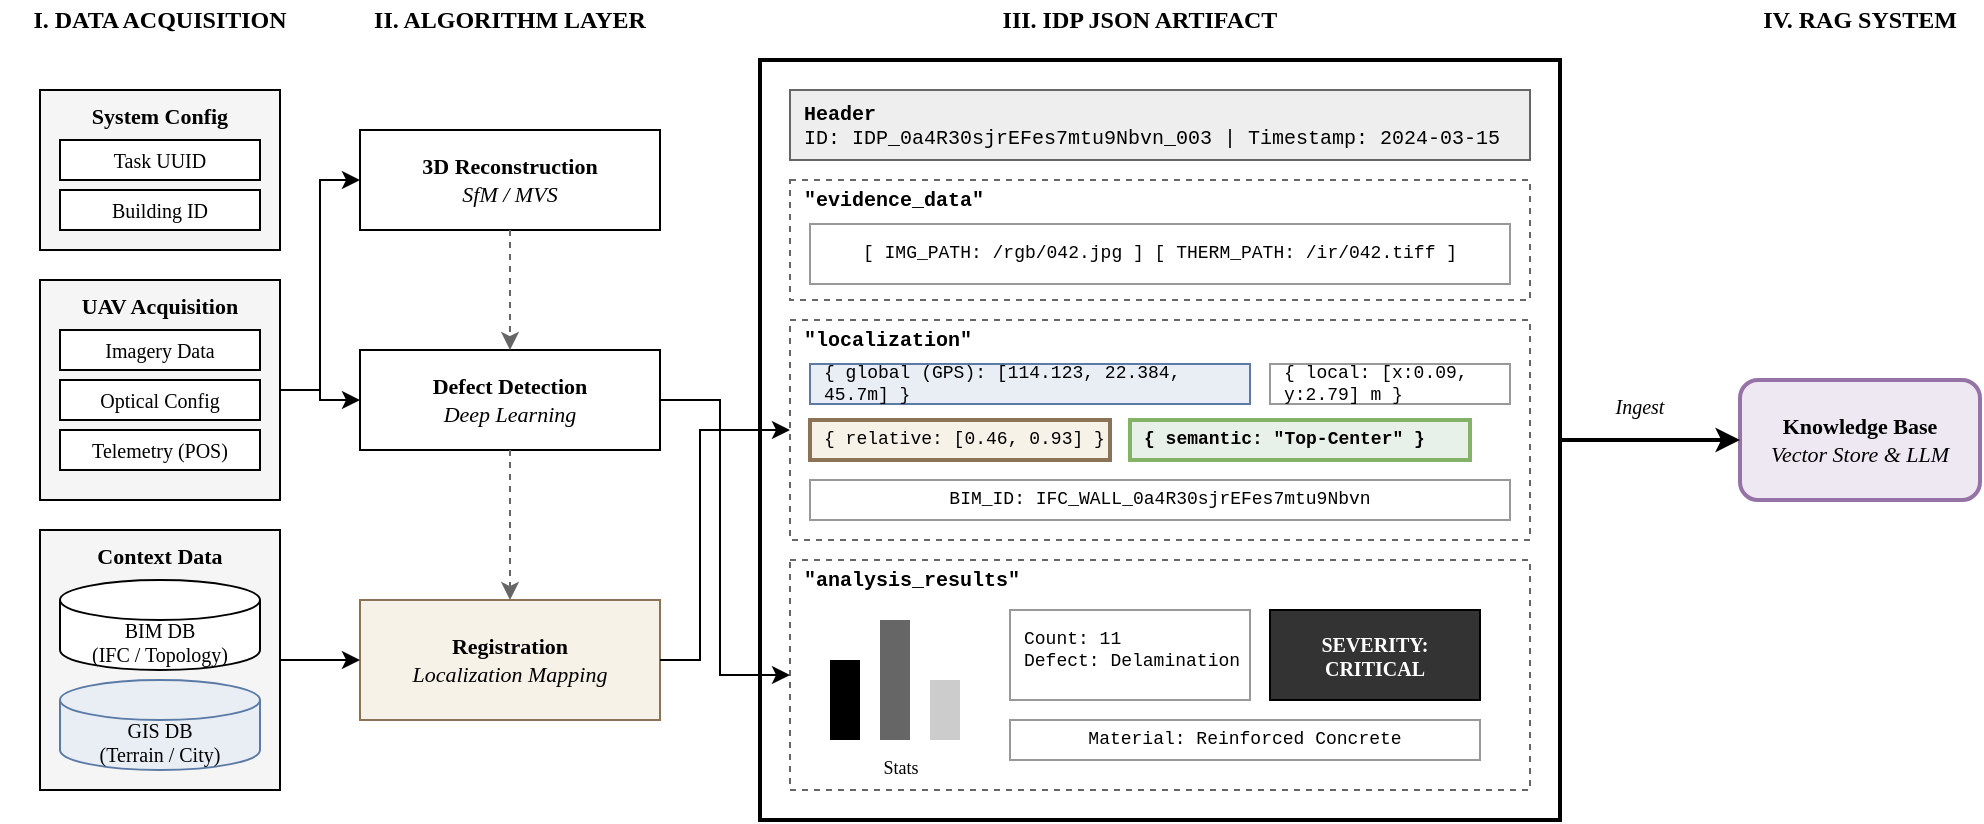
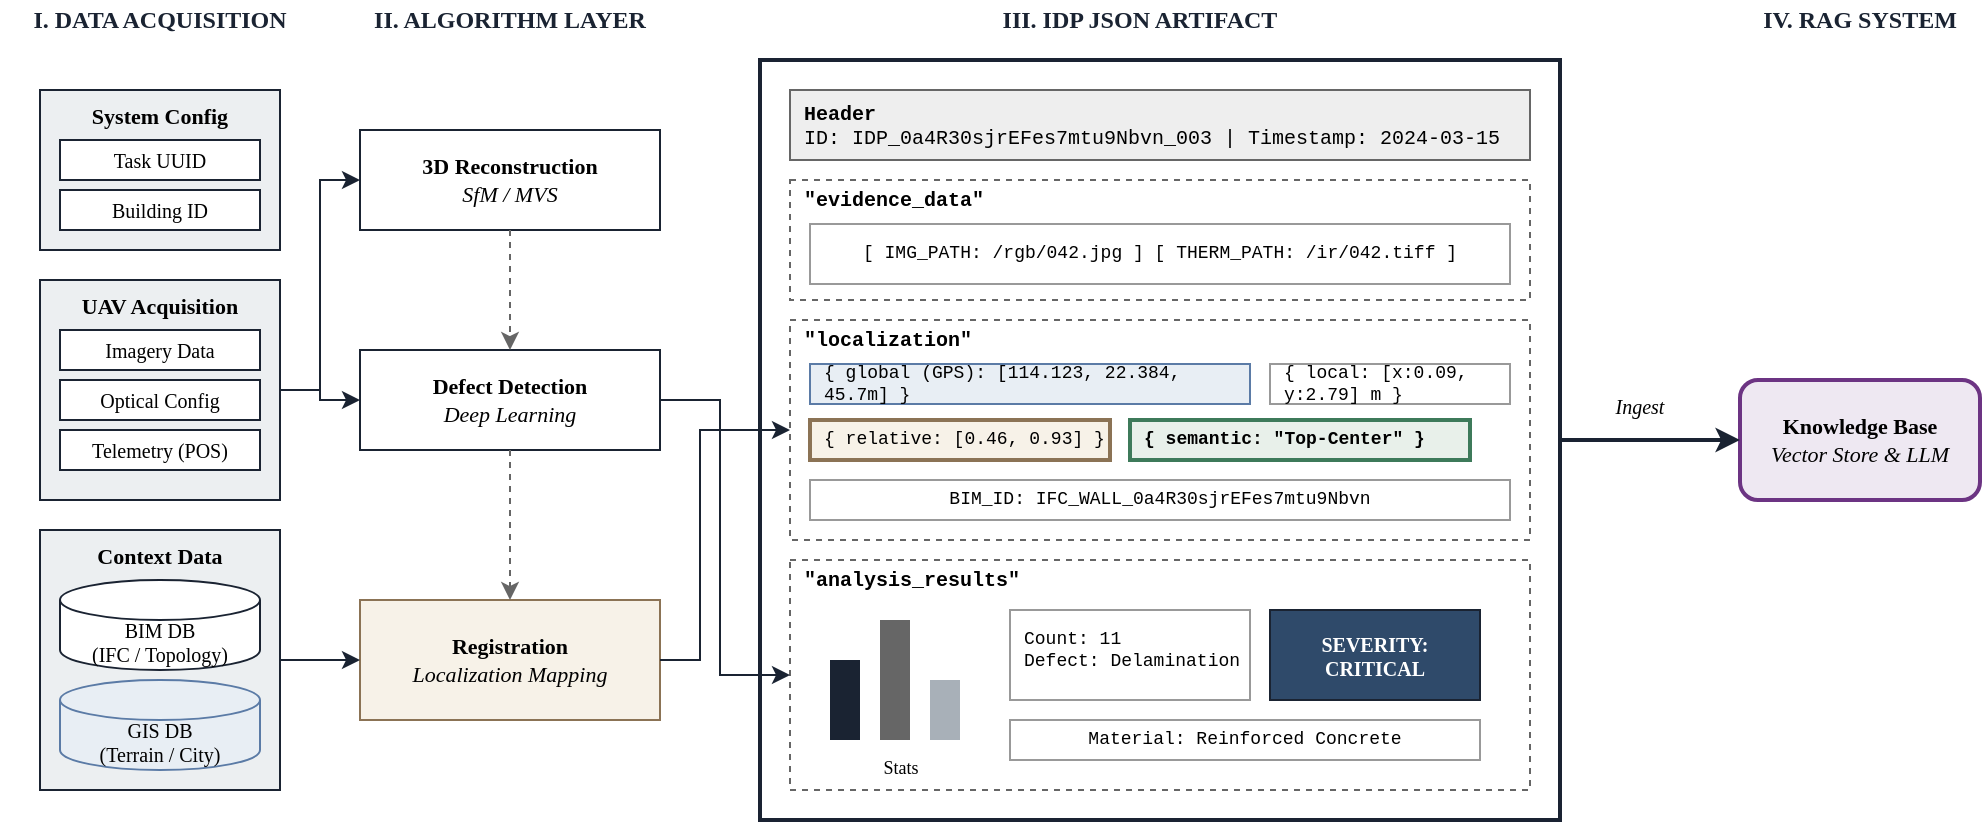
<mxfile host="Electron" agent="Mozilla/5.0 (Macintosh; Intel Mac OS X 10_15_7) AppleWebKit/537.36 (KHTML, like Gecko) draw.io/29.2.9 Chrome/140.0.7339.249 Electron/38.7.2 Safari/537.36" version="29.2.9">
  <diagram id="IDP_Framework" name="IDP Construction Pipeline">
    <mxGraphModel dx="1257" dy="702" grid="1" gridSize="10" guides="1" tooltips="1" connect="1" arrows="1" fold="1" page="1" pageScale="1" pageWidth="1600" pageHeight="900" math="0" shadow="0">
      <root>
        <mxCell id="0" />
        <mxCell id="1" parent="0" />
-         <mxCell id="sec1_title" parent="1" style="text;html=1;strokeColor=none;fillColor=none;align=center;verticalAlign=middle;whiteSpace=wrap;rounded=0;fontStyle=1;fontSize=12;fontFamily=Times New Roman;fontColor=#000000;" value="I. DATA ACQUISITION" vertex="1">
+         <mxCell id="sec1_title" parent="1" style="text;html=1;strokeColor=none;fillColor=none;align=center;verticalAlign=middle;whiteSpace=wrap;rounded=0;fontStyle=1;fontSize=12;fontFamily=Times New Roman;fontColor=#1A2332;" value="I. DATA ACQUISITION" vertex="1">
          <mxGeometry height="20" width="160" x="20" y="30" as="geometry" />
        </mxCell>
-         <mxCell id="sys_config" parent="1" style="rounded=0;whiteSpace=wrap;html=1;fillColor=#f5f5f5;strokeColor=#000000;strokeWidth=1;verticalAlign=top;fontFamily=Times New Roman;fontSize=11;fontStyle=1" value="System Config" vertex="1">
+         <mxCell id="sys_config" parent="1" style="rounded=0;whiteSpace=wrap;html=1;fillColor=#ECEFF1;strokeColor=#1A2332;strokeWidth=1;verticalAlign=top;fontFamily=Times New Roman;fontSize=11;fontStyle=1" value="System Config" vertex="1">
          <mxGeometry height="80" width="120" x="40" y="75" as="geometry" />
        </mxCell>
-         <mxCell id="task_uuid" parent="1" style="rounded=0;whiteSpace=wrap;html=1;fillColor=#ffffff;strokeColor=#000000;fontSize=10;fontFamily=Times New Roman;" value="Task UUID" vertex="1">
+         <mxCell id="task_uuid" parent="1" style="rounded=0;whiteSpace=wrap;html=1;fillColor=#ffffff;strokeColor=#1A2332;fontSize=10;fontFamily=Times New Roman;" value="Task UUID" vertex="1">
          <mxGeometry height="20" width="100" x="50" y="100" as="geometry" />
        </mxCell>
-         <mxCell id="building_id" parent="1" style="rounded=0;whiteSpace=wrap;html=1;fillColor=#ffffff;strokeColor=#000000;fontSize=10;fontFamily=Times New Roman;" value="Building ID" vertex="1">
+         <mxCell id="building_id" parent="1" style="rounded=0;whiteSpace=wrap;html=1;fillColor=#ffffff;strokeColor=#1A2332;fontSize=10;fontFamily=Times New Roman;" value="Building ID" vertex="1">
          <mxGeometry height="20" width="100" x="50" y="125" as="geometry" />
        </mxCell>
-         <mxCell id="uav_acq" parent="1" style="rounded=0;whiteSpace=wrap;html=1;fillColor=#f5f5f5;strokeColor=#000000;strokeWidth=1;verticalAlign=top;fontFamily=Times New Roman;fontSize=11;fontStyle=1" value="UAV Acquisition" vertex="1">
+         <mxCell id="uav_acq" parent="1" style="rounded=0;whiteSpace=wrap;html=1;fillColor=#ECEFF1;strokeColor=#1A2332;strokeWidth=1;verticalAlign=top;fontFamily=Times New Roman;fontSize=11;fontStyle=1" value="UAV Acquisition" vertex="1">
          <mxGeometry height="110" width="120" x="40" y="170" as="geometry" />
        </mxCell>
-         <mxCell id="imagery" parent="1" style="rounded=0;whiteSpace=wrap;html=1;fillColor=#ffffff;strokeColor=#000000;fontSize=10;fontFamily=Times New Roman;" value="Imagery Data" vertex="1">
+         <mxCell id="imagery" parent="1" style="rounded=0;whiteSpace=wrap;html=1;fillColor=#ffffff;strokeColor=#1A2332;fontSize=10;fontFamily=Times New Roman;" value="Imagery Data" vertex="1">
          <mxGeometry height="20" width="100" x="50" y="195" as="geometry" />
        </mxCell>
-         <mxCell id="optical" parent="1" style="rounded=0;whiteSpace=wrap;html=1;fillColor=#ffffff;strokeColor=#000000;fontSize=10;fontFamily=Times New Roman;" value="Optical Config" vertex="1">
+         <mxCell id="optical" parent="1" style="rounded=0;whiteSpace=wrap;html=1;fillColor=#ffffff;strokeColor=#1A2332;fontSize=10;fontFamily=Times New Roman;" value="Optical Config" vertex="1">
          <mxGeometry height="20" width="100" x="50" y="220" as="geometry" />
        </mxCell>
-         <mxCell id="telemetry" parent="1" style="rounded=0;whiteSpace=wrap;html=1;fillColor=#ffffff;strokeColor=#000000;fontSize=10;fontFamily=Times New Roman;" value="Telemetry (POS)" vertex="1">
+         <mxCell id="telemetry" parent="1" style="rounded=0;whiteSpace=wrap;html=1;fillColor=#ffffff;strokeColor=#1A2332;fontSize=10;fontFamily=Times New Roman;" value="Telemetry (POS)" vertex="1">
          <mxGeometry height="20" width="100" x="50" y="245" as="geometry" />
        </mxCell>
-         <mxCell id="context_data" parent="1" style="rounded=0;whiteSpace=wrap;html=1;fillColor=#f5f5f5;strokeColor=#000000;strokeWidth=1;verticalAlign=top;fontFamily=Times New Roman;fontSize=11;fontStyle=1" value="Context Data" vertex="1">
+         <mxCell id="context_data" parent="1" style="rounded=0;whiteSpace=wrap;html=1;fillColor=#ECEFF1;strokeColor=#1A2332;strokeWidth=1;verticalAlign=top;fontFamily=Times New Roman;fontSize=11;fontStyle=1" value="Context Data" vertex="1">
          <mxGeometry height="130" width="120" x="40" y="295" as="geometry" />
        </mxCell>
-         <mxCell id="bim_db" parent="1" style="shape=cylinder3;whiteSpace=wrap;html=1;boundedLbl=1;backgroundOutline=1;size=10;fillColor=#ffffff;strokeColor=#000000;strokeWidth=1;fontFamily=Times New Roman;fontSize=10;verticalAlign=middle;" value="BIM DB&#xa;(IFC / Topology)" vertex="1">
+         <mxCell id="bim_db" parent="1" style="shape=cylinder3;whiteSpace=wrap;html=1;boundedLbl=1;backgroundOutline=1;size=10;fillColor=#ffffff;strokeColor=#1A2332;strokeWidth=1;fontFamily=Times New Roman;fontSize=10;verticalAlign=middle;" value="BIM DB&#xa;(IFC / Topology)" vertex="1">
          <mxGeometry height="45" width="100" x="50" y="320" as="geometry" />
        </mxCell>
        <mxCell id="gis_db" parent="1" style="shape=cylinder3;whiteSpace=wrap;html=1;boundedLbl=1;backgroundOutline=1;size=10;fillColor=#E8EEF4;strokeColor=#5B7BA6;strokeWidth=1;fontFamily=Times New Roman;fontSize=10;verticalAlign=middle;" value="GIS DB&#xa;(Terrain / City)" vertex="1">
          <mxGeometry height="45" width="100" x="50" y="370" as="geometry" />
        </mxCell>
-         <mxCell id="sec2_title" parent="1" style="text;html=1;strokeColor=none;fillColor=none;align=center;verticalAlign=middle;whiteSpace=wrap;rounded=0;fontStyle=1;fontSize=12;fontFamily=Times New Roman;fontColor=#000000;" value="II. ALGORITHM LAYER" vertex="1">
+         <mxCell id="sec2_title" parent="1" style="text;html=1;strokeColor=none;fillColor=none;align=center;verticalAlign=middle;whiteSpace=wrap;rounded=0;fontStyle=1;fontSize=12;fontFamily=Times New Roman;fontColor=#1A2332;" value="II. ALGORITHM LAYER" vertex="1">
          <mxGeometry height="20" width="160" x="195" y="30" as="geometry" />
        </mxCell>
-         <mxCell id="recon_3d" parent="1" style="rounded=0;whiteSpace=wrap;html=1;fillColor=#ffffff;strokeColor=#000000;strokeWidth=1;fontFamily=Times New Roman;fontSize=11;" value="&lt;b&gt;3D Reconstruction&lt;/b&gt;&#xa;&lt;i&gt;SfM / MVS&lt;/i&gt;" vertex="1">
+         <mxCell id="recon_3d" parent="1" style="rounded=0;whiteSpace=wrap;html=1;fillColor=#ffffff;strokeColor=#1A2332;strokeWidth=1;fontFamily=Times New Roman;fontSize=11;" value="&lt;b&gt;3D Reconstruction&lt;/b&gt;&#xa;&lt;i&gt;SfM / MVS&lt;/i&gt;" vertex="1">
          <mxGeometry height="50" width="150" x="200" y="95" as="geometry" />
        </mxCell>
-         <mxCell id="defect_det" parent="1" style="rounded=0;whiteSpace=wrap;html=1;fillColor=#ffffff;strokeColor=#000000;strokeWidth=1;fontFamily=Times New Roman;fontSize=11;" value="&lt;b&gt;Defect Detection&lt;/b&gt;&#xa;&lt;i&gt;Deep Learning&lt;/i&gt;" vertex="1">
+         <mxCell id="defect_det" parent="1" style="rounded=0;whiteSpace=wrap;html=1;fillColor=#ffffff;strokeColor=#1A2332;strokeWidth=1;fontFamily=Times New Roman;fontSize=11;" value="&lt;b&gt;Defect Detection&lt;/b&gt;&#xa;&lt;i&gt;Deep Learning&lt;/i&gt;" vertex="1">
          <mxGeometry height="50" width="150" x="200" y="205" as="geometry" />
        </mxCell>
        <mxCell id="registration" parent="1" style="rounded=0;whiteSpace=wrap;html=1;fillColor=#F7F2E8;strokeColor=#8B7355;strokeWidth=1;fontFamily=Times New Roman;fontSize=11;" value="&lt;b&gt;Registration&lt;/b&gt;&#xa;&lt;i&gt;Localization Mapping&lt;/i&gt;" vertex="1">
          <mxGeometry height="60" width="150" x="200" y="330" as="geometry" />
        </mxCell>
-         <mxCell id="sec3_title" parent="1" style="text;html=1;strokeColor=none;fillColor=none;align=center;verticalAlign=middle;whiteSpace=wrap;rounded=0;fontStyle=1;fontSize=12;fontFamily=Times New Roman;fontColor=#000000;" value="III. IDP JSON ARTIFACT" vertex="1">
+         <mxCell id="sec3_title" parent="1" style="text;html=1;strokeColor=none;fillColor=none;align=center;verticalAlign=middle;whiteSpace=wrap;rounded=0;fontStyle=1;fontSize=12;fontFamily=Times New Roman;fontColor=#1A2332;" value="III. IDP JSON ARTIFACT" vertex="1">
          <mxGeometry height="20" width="200" x="490" y="30" as="geometry" />
        </mxCell>
-         <mxCell id="idp_container" parent="1" style="rounded=0;whiteSpace=wrap;html=1;fillColor=#ffffff;strokeColor=#000000;strokeWidth=2;" value="" vertex="1">
+         <mxCell id="idp_container" parent="1" style="rounded=0;whiteSpace=wrap;html=1;fillColor=#ffffff;strokeColor=#1A2332;strokeWidth=2;" value="" vertex="1">
          <mxGeometry height="380" width="400" x="400" y="60" as="geometry" />
        </mxCell>
        <mxCell id="idp_header" parent="1" style="rounded=0;whiteSpace=wrap;html=1;fillColor=#eeeeee;strokeColor=#666666;fontFamily=Courier New;fontSize=10;align=left;spacingLeft=5;" value="&lt;b&gt;Header&lt;/b&gt;&#xa;ID: IDP_0a4R30sjrEFes7mtu9Nbvn_003 | Timestamp: 2024-03-15" vertex="1">
          <mxGeometry height="35" width="370" x="415" y="75" as="geometry" />
        </mxCell>
        <mxCell id="evidence_section" parent="1" style="rounded=0;whiteSpace=wrap;html=1;fillColor=none;strokeColor=#666666;dashed=1;" value="" vertex="1">
          <mxGeometry height="60" width="370" x="415" y="120" as="geometry" />
        </mxCell>
        <mxCell id="evidence_label" parent="1" style="text;html=1;strokeColor=none;fillColor=none;align=left;verticalAlign=middle;whiteSpace=wrap;rounded=0;fontFamily=Courier New;fontSize=10;fontStyle=1" value="&quot;evidence_data&quot;" vertex="1">
          <mxGeometry height="15" width="100" x="420" y="122" as="geometry" />
        </mxCell>
        <mxCell id="evidence_content" parent="1" style="rounded=0;whiteSpace=wrap;html=1;fillColor=#ffffff;strokeColor=#999999;fontFamily=Courier New;fontSize=9;align=center;" value="[ IMG_PATH: /rgb/042.jpg ]   [ THERM_PATH: /ir/042.tiff ]" vertex="1">
          <mxGeometry height="30" width="350" x="425" y="142" as="geometry" />
        </mxCell>
        <mxCell id="loc_section" parent="1" style="rounded=0;whiteSpace=wrap;html=1;fillColor=none;strokeColor=#666666;dashed=1;" value="" vertex="1">
          <mxGeometry height="110" width="370" x="415" y="190" as="geometry" />
        </mxCell>
        <mxCell id="loc_label" parent="1" style="text;html=1;strokeColor=none;fillColor=none;align=left;verticalAlign=middle;whiteSpace=wrap;rounded=0;fontFamily=Courier New;fontSize=10;fontStyle=1" value="&quot;localization&quot;" vertex="1">
          <mxGeometry height="15" width="100" x="420" y="192" as="geometry" />
        </mxCell>
        <mxCell id="loc_global" parent="1" style="rounded=0;whiteSpace=wrap;html=1;fillColor=#E8EEF4;strokeColor=#5B7BA6;fontFamily=Courier New;fontSize=9;align=left;spacingLeft=5;" value="{ global (GPS): [114.123, 22.384, 45.7m] }" vertex="1">
          <mxGeometry height="20" width="220" x="425" y="212" as="geometry" />
        </mxCell>
        <mxCell id="loc_local" parent="1" style="rounded=0;whiteSpace=wrap;html=1;fillColor=#ffffff;strokeColor=#999999;fontFamily=Courier New;fontSize=9;align=left;spacingLeft=5;" value="{ local: [x:0.09, y:2.79] m }" vertex="1">
          <mxGeometry height="20" width="120" x="655" y="212" as="geometry" />
        </mxCell>
        <mxCell id="loc_relative" parent="1" style="rounded=0;whiteSpace=wrap;html=1;fillColor=#F7F2E8;strokeColor=#8B7355;fontFamily=Courier New;fontSize=9;align=left;spacingLeft=5;strokeWidth=2;" value="{ relative: [0.46, 0.93] }" vertex="1">
          <mxGeometry height="20" width="150" x="425" y="240" as="geometry" />
        </mxCell>
-         <mxCell id="loc_semantic" parent="1" style="rounded=0;whiteSpace=wrap;html=1;fillColor=#E8F0EA;strokeColor=#82b366;fontFamily=Courier New;fontSize=9;align=left;spacingLeft=5;fontStyle=1;strokeWidth=2;" value="{ semantic: &quot;Top-Center&quot; }" vertex="1">
+         <mxCell id="loc_semantic" parent="1" style="rounded=0;whiteSpace=wrap;html=1;fillColor=#E8F0EA;strokeColor=#3D7A5A;fontFamily=Courier New;fontSize=9;align=left;spacingLeft=5;fontStyle=1;strokeWidth=2;" value="{ semantic: &quot;Top-Center&quot; }" vertex="1">
          <mxGeometry height="20" width="170" x="585" y="240" as="geometry" />
        </mxCell>
        <mxCell id="loc_bim" parent="1" style="rounded=0;whiteSpace=wrap;html=1;fillColor=#ffffff;strokeColor=#999999;fontFamily=Courier New;fontSize=9;align=center;" value="BIM_ID: IFC_WALL_0a4R30sjrEFes7mtu9Nbvn" vertex="1">
          <mxGeometry height="20" width="350" x="425" y="270" as="geometry" />
        </mxCell>
        <mxCell id="analysis_section" parent="1" style="rounded=0;whiteSpace=wrap;html=1;fillColor=none;strokeColor=#666666;dashed=1;" value="" vertex="1">
          <mxGeometry height="115" width="370" x="415" y="310" as="geometry" />
        </mxCell>
        <mxCell id="analysis_label" parent="1" style="text;html=1;strokeColor=none;fillColor=none;align=left;verticalAlign=middle;whiteSpace=wrap;rounded=0;fontFamily=Courier New;fontSize=10;fontStyle=1" value="&quot;analysis_results&quot;" vertex="1">
          <mxGeometry height="15" width="120" x="420" y="312" as="geometry" />
        </mxCell>
-         <mxCell id="bar1" parent="1" style="rounded=0;whiteSpace=wrap;html=1;fillColor=#000000;strokeColor=none;" value="" vertex="1">
+         <mxCell id="bar1" parent="1" style="rounded=0;whiteSpace=wrap;html=1;fillColor=#1A2332;strokeColor=none;" value="" vertex="1">
          <mxGeometry height="40" width="15" x="435" y="360" as="geometry" />
        </mxCell>
        <mxCell id="bar2" parent="1" style="rounded=0;whiteSpace=wrap;html=1;fillColor=#666666;strokeColor=none;" value="" vertex="1">
          <mxGeometry height="60" width="15" x="460" y="340" as="geometry" />
        </mxCell>
-         <mxCell id="bar3" parent="1" style="rounded=0;whiteSpace=wrap;html=1;fillColor=#cccccc;strokeColor=none;" value="" vertex="1">
+         <mxCell id="bar3" parent="1" style="rounded=0;whiteSpace=wrap;html=1;fillColor=#A8B0B8;strokeColor=none;" value="" vertex="1">
          <mxGeometry height="30" width="15" x="485" y="370" as="geometry" />
        </mxCell>
        <mxCell id="stats_label" parent="1" style="text;html=1;align=center;fontSize=9;fontFamily=Times New Roman;" value="Stats" vertex="1">
          <mxGeometry height="12" width="90" x="425" y="402" as="geometry" />
        </mxCell>
        <mxCell id="defect_info" parent="1" style="rounded=0;whiteSpace=wrap;html=1;fillColor=#ffffff;strokeColor=#999999;fontFamily=Courier New;fontSize=9;align=left;spacingLeft=5;verticalAlign=top;spacingTop=3;" value="Count: 11&#xa;Defect: Delamination" vertex="1">
          <mxGeometry height="45" width="120" x="525" y="335" as="geometry" />
        </mxCell>
-         <mxCell id="severity_box" parent="1" style="rounded=0;whiteSpace=wrap;html=1;fillColor=#333333;strokeColor=#000000;fontFamily=Times New Roman;fontSize=10;fontColor=#ffffff;fontStyle=1" value="SEVERITY:&#xa;CRITICAL" vertex="1">
+         <mxCell id="severity_box" parent="1" style="rounded=0;whiteSpace=wrap;html=1;fillColor=#2F4A6A;strokeColor=#1A2332;fontFamily=Times New Roman;fontSize=10;fontColor=#ffffff;fontStyle=1" value="SEVERITY:&#xa;CRITICAL" vertex="1">
          <mxGeometry height="45" width="105" x="655" y="335" as="geometry" />
        </mxCell>
        <mxCell id="material_box" parent="1" style="rounded=0;whiteSpace=wrap;html=1;fillColor=#ffffff;strokeColor=#999999;fontFamily=Courier New;fontSize=9;align=center;" value="Material: Reinforced Concrete" vertex="1">
          <mxGeometry height="20" width="235" x="525" y="390" as="geometry" />
        </mxCell>
-         <mxCell id="sec4_title" parent="1" style="text;html=1;strokeColor=none;fillColor=none;align=center;verticalAlign=middle;whiteSpace=wrap;rounded=0;fontStyle=1;fontSize=12;fontFamily=Times New Roman;fontColor=#000000;" value="IV. RAG SYSTEM" vertex="1">
+         <mxCell id="sec4_title" parent="1" style="text;html=1;strokeColor=none;fillColor=none;align=center;verticalAlign=middle;whiteSpace=wrap;rounded=0;fontStyle=1;fontSize=12;fontFamily=Times New Roman;fontColor=#1A2332;" value="IV. RAG SYSTEM" vertex="1">
          <mxGeometry height="20" width="120" x="890" y="30" as="geometry" />
        </mxCell>
-         <mxCell id="rag_box" parent="1" style="rounded=1;whiteSpace=wrap;html=1;fillColor=#EEE8F2;strokeColor=#9673a6;strokeWidth=2;fontFamily=Times New Roman;fontSize=11;" value="&lt;b&gt;Knowledge Base&lt;/b&gt;&#xa;&lt;i&gt;Vector Store &amp; LLM&lt;/i&gt;" vertex="1">
+         <mxCell id="rag_box" parent="1" style="rounded=1;whiteSpace=wrap;html=1;fillColor=#EEE8F2;strokeColor=#6C3483;strokeWidth=2;fontFamily=Times New Roman;fontSize=11;" value="&lt;b&gt;Knowledge Base&lt;/b&gt;&#xa;&lt;i&gt;Vector Store &amp; LLM&lt;/i&gt;" vertex="1">
          <mxGeometry height="60" width="120" x="890" y="220" as="geometry" />
        </mxCell>
-         <mxCell id="e1" edge="1" parent="1" source="uav_acq" style="edgeStyle=orthogonalEdgeStyle;rounded=0;orthogonalLoop=1;jettySize=auto;html=1;strokeColor=#000000;strokeWidth=1;exitX=1;exitY=0.5;exitDx=0;exitDy=0;entryX=0;entryY=0.5;entryDx=0;entryDy=0;" target="recon_3d">
+         <mxCell id="e1" edge="1" parent="1" source="uav_acq" style="edgeStyle=orthogonalEdgeStyle;rounded=0;orthogonalLoop=1;jettySize=auto;html=1;strokeColor=#1A2332;strokeWidth=1;exitX=1;exitY=0.5;exitDx=0;exitDy=0;entryX=0;entryY=0.5;entryDx=0;entryDy=0;" target="recon_3d">
          <mxGeometry relative="1" as="geometry">
            <Array as="points">
              <mxPoint x="180" y="225" />
              <mxPoint x="180" y="120" />
            </Array>
          </mxGeometry>
        </mxCell>
-         <mxCell id="e2" edge="1" parent="1" source="uav_acq" style="edgeStyle=orthogonalEdgeStyle;rounded=0;orthogonalLoop=1;jettySize=auto;html=1;strokeColor=#000000;strokeWidth=1;exitX=1;exitY=0.5;exitDx=0;exitDy=0;entryX=0;entryY=0.5;entryDx=0;entryDy=0;" target="defect_det">
+         <mxCell id="e2" edge="1" parent="1" source="uav_acq" style="edgeStyle=orthogonalEdgeStyle;rounded=0;orthogonalLoop=1;jettySize=auto;html=1;strokeColor=#1A2332;strokeWidth=1;exitX=1;exitY=0.5;exitDx=0;exitDy=0;entryX=0;entryY=0.5;entryDx=0;entryDy=0;" target="defect_det">
          <mxGeometry relative="1" as="geometry" />
        </mxCell>
-         <mxCell id="e3" edge="1" parent="1" source="context_data" style="edgeStyle=orthogonalEdgeStyle;rounded=0;orthogonalLoop=1;jettySize=auto;html=1;strokeColor=#000000;strokeWidth=1;exitX=1;exitY=0.5;exitDx=0;exitDy=0;entryX=0;entryY=0.5;entryDx=0;entryDy=0;" target="registration">
+         <mxCell id="e3" edge="1" parent="1" source="context_data" style="edgeStyle=orthogonalEdgeStyle;rounded=0;orthogonalLoop=1;jettySize=auto;html=1;strokeColor=#1A2332;strokeWidth=1;exitX=1;exitY=0.5;exitDx=0;exitDy=0;entryX=0;entryY=0.5;entryDx=0;entryDy=0;" target="registration">
          <mxGeometry relative="1" as="geometry" />
        </mxCell>
        <mxCell id="e4" edge="1" parent="1" source="recon_3d" style="edgeStyle=orthogonalEdgeStyle;rounded=0;orthogonalLoop=1;jettySize=auto;html=1;strokeColor=#666666;strokeWidth=1;dashed=1;exitX=0.5;exitY=1;exitDx=0;exitDy=0;entryX=0.5;entryY=0;entryDx=0;entryDy=0;" target="defect_det">
          <mxGeometry relative="1" as="geometry" />
        </mxCell>
        <mxCell id="e5" edge="1" parent="1" source="defect_det" style="edgeStyle=orthogonalEdgeStyle;rounded=0;orthogonalLoop=1;jettySize=auto;html=1;strokeColor=#666666;strokeWidth=1;dashed=1;exitX=0.5;exitY=1;exitDx=0;exitDy=0;entryX=0.5;entryY=0;entryDx=0;entryDy=0;" target="registration">
          <mxGeometry relative="1" as="geometry" />
        </mxCell>
-         <mxCell id="e6" edge="1" parent="1" source="registration" style="edgeStyle=orthogonalEdgeStyle;rounded=0;orthogonalLoop=1;jettySize=auto;html=1;strokeColor=#000000;strokeWidth=1;exitX=1;exitY=0.5;exitDx=0;exitDy=0;entryX=0;entryY=0.5;entryDx=0;entryDy=0;" target="loc_section">
+         <mxCell id="e6" edge="1" parent="1" source="registration" style="edgeStyle=orthogonalEdgeStyle;rounded=0;orthogonalLoop=1;jettySize=auto;html=1;strokeColor=#1A2332;strokeWidth=1;exitX=1;exitY=0.5;exitDx=0;exitDy=0;entryX=0;entryY=0.5;entryDx=0;entryDy=0;" target="loc_section">
          <mxGeometry relative="1" as="geometry">
            <Array as="points">
              <mxPoint x="370" y="360" />
              <mxPoint x="370" y="245" />
            </Array>
          </mxGeometry>
        </mxCell>
-         <mxCell id="e7" edge="1" parent="1" source="defect_det" style="edgeStyle=orthogonalEdgeStyle;rounded=0;orthogonalLoop=1;jettySize=auto;html=1;strokeColor=#000000;strokeWidth=1;exitX=1;exitY=0.5;exitDx=0;exitDy=0;entryX=0;entryY=0.5;entryDx=0;entryDy=0;" target="analysis_section">
+         <mxCell id="e7" edge="1" parent="1" source="defect_det" style="edgeStyle=orthogonalEdgeStyle;rounded=0;orthogonalLoop=1;jettySize=auto;html=1;strokeColor=#1A2332;strokeWidth=1;exitX=1;exitY=0.5;exitDx=0;exitDy=0;entryX=0;entryY=0.5;entryDx=0;entryDy=0;" target="analysis_section">
          <mxGeometry relative="1" as="geometry">
            <Array as="points">
              <mxPoint x="380" y="230" />
              <mxPoint x="380" y="368" />
            </Array>
          </mxGeometry>
        </mxCell>
-         <mxCell id="e8" edge="1" parent="1" source="idp_container" style="edgeStyle=orthogonalEdgeStyle;rounded=0;orthogonalLoop=1;jettySize=auto;html=1;strokeColor=#000000;strokeWidth=2;exitX=1;exitY=0.5;exitDx=0;exitDy=0;entryX=0;entryY=0.5;entryDx=0;entryDy=0;" target="rag_box">
+         <mxCell id="e8" edge="1" parent="1" source="idp_container" style="edgeStyle=orthogonalEdgeStyle;rounded=0;orthogonalLoop=1;jettySize=auto;html=1;strokeColor=#1A2332;strokeWidth=2;exitX=1;exitY=0.5;exitDx=0;exitDy=0;entryX=0;entryY=0.5;entryDx=0;entryDy=0;" target="rag_box">
          <mxGeometry relative="1" as="geometry" />
        </mxCell>
        <mxCell id="e8_label" parent="1" style="text;html=1;strokeColor=none;fillColor=none;align=center;verticalAlign=middle;whiteSpace=wrap;rounded=0;fontFamily=Times New Roman;fontSize=10;fontStyle=2" value="Ingest" vertex="1">
          <mxGeometry height="15" width="40" x="820" y="225" as="geometry" />
        </mxCell>
      </root>
    </mxGraphModel>
  </diagram>
</mxfile>
